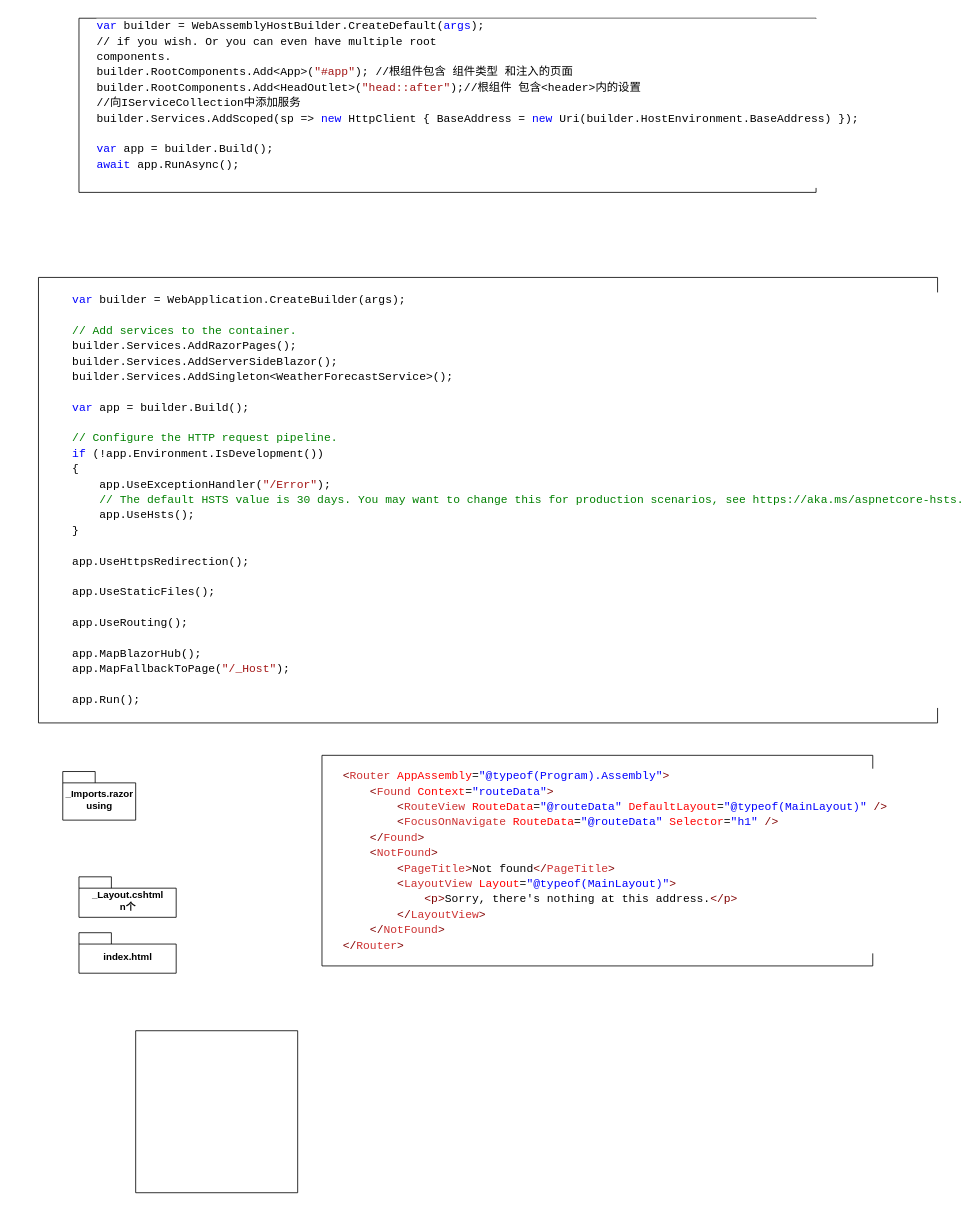
Earlier version of the draw.io diagram note.drawio (YannieCheung/blazor-in-action). Source tidied: cells renumbered, new cells numbered last; positions are measured from the earlier drawing's top-left corner, leaving out a move shared by most shapes. Both pictures are drawn from the tidied source at 81%, with x=0, y=0 at pixel (38, 14).
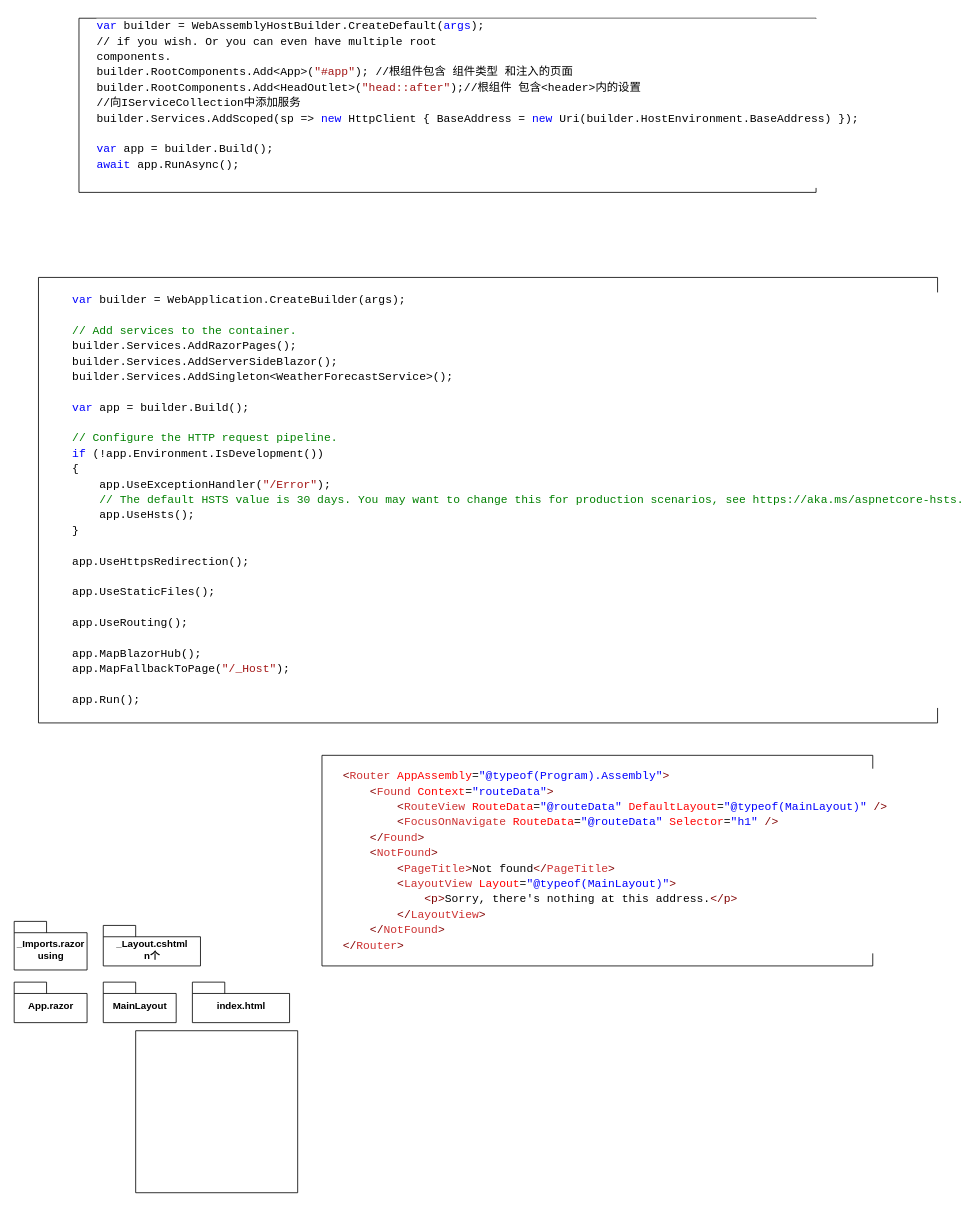
The same diagram, later.

The edit, as a diff of the source:
```diff
@@
 <mxGraphModel>
   <root>
     <mxCell id="0" />
     <mxCell id="1" parent="0" />
     <mxCell id="2" style="swimlane;startSize=0;" parent="1" vertex="1">
       <mxGeometry x="50" y="5" width="910" height="215" as="geometry" />
     </mxCell>
     <mxCell id="3" value="&lt;div style=&quot;background-color: rgb(255, 255, 255); font-family: Consolas, &amp;quot;Courier New&amp;quot;, monospace; font-size: 14px; line-height: 19px;&quot;&gt;&lt;div&gt;&lt;span style=&quot;color: rgb(0, 0, 255);&quot;&gt;var&lt;/span&gt; builder = WebAssemblyHostBuilder.CreateDefault(&lt;span style=&quot;color: rgb(0, 0, 255);&quot;&gt;args&lt;/span&gt;);&lt;br&gt;&lt;/div&gt;&lt;div&gt;// if you wish. Or you can even have multiple root&lt;br/&gt;components.&lt;/div&gt;&lt;div&gt;builder.RootComponents.Add&amp;lt;App&amp;gt;(&lt;span style=&quot;color: #a31515;&quot;&gt;&quot;#app&quot;&lt;/span&gt;); //根组件包含 组件类型 和注入的页面&lt;/div&gt;&lt;div&gt;builder.RootComponents.Add&amp;lt;HeadOutlet&amp;gt;(&lt;span style=&quot;color: #a31515;&quot;&gt;&quot;head::after&quot;&lt;/span&gt;);//根组件 包含&amp;lt;header&amp;gt;内的设置&lt;/div&gt;//向IServiceCollection中添加服务&lt;br&gt;&lt;div&gt;builder.Services.AddScoped(sp =&amp;gt; &lt;span style=&quot;color: #0000ff;&quot;&gt;new&lt;/span&gt; HttpClient { BaseAddress = &lt;span style=&quot;color: #0000ff;&quot;&gt;new&lt;/span&gt; Uri(builder.HostEnvironment.BaseAddress) });&lt;/div&gt;&lt;br&gt;&lt;div&gt;&lt;span style=&quot;color: #0000ff;&quot;&gt;var&lt;/span&gt; app = builder.Build();&lt;/div&gt;&lt;div&gt;&lt;span style=&quot;color: #0000ff;&quot;&gt;await&lt;/span&gt; app.RunAsync();&lt;/div&gt;&lt;br&gt;&lt;/div&gt;" style="text;html=1;align=left;verticalAlign=middle;strokeColor=none;fillColor=none;" parent="2" vertex="1">
       <mxGeometry x="20" y="-5" width="890" height="220" as="geometry" />
     </mxCell>
     <mxCell id="4" style="swimlane;startSize=0;" parent="1" vertex="1">
       <mxGeometry y="325" width="1110" height="550" as="geometry" />
     </mxCell>
     <mxCell id="5" value="&lt;div style=&quot;background-color: rgb(255, 255, 255); line-height: 19px;&quot;&gt;&lt;div style=&quot;line-height: 19px;&quot;&gt;&lt;div style=&quot;font-family: Consolas, &amp;quot;Courier New&amp;quot;, monospace; font-size: 14px; line-height: 19px;&quot;&gt;&lt;div&gt;&lt;span style=&quot;color: #0000ff;&quot;&gt;var&lt;/span&gt; builder = WebApplication.CreateBuilder(args);&lt;/div&gt;&lt;br&gt;&lt;div&gt;&lt;span style=&quot;color: #008000;&quot;&gt;// Add services to the container.&lt;/span&gt;&lt;/div&gt;&lt;div&gt;builder.Services.AddRazorPages();&lt;/div&gt;&lt;div&gt;builder.Services.AddServerSideBlazor();&lt;/div&gt;&lt;div&gt;builder.Services.AddSingleton&amp;lt;WeatherForecastService&amp;gt;();&lt;/div&gt;&lt;br&gt;&lt;div&gt;&lt;span style=&quot;color: #0000ff;&quot;&gt;var&lt;/span&gt; app = builder.Build();&lt;/div&gt;&lt;br&gt;&lt;div&gt;&lt;span style=&quot;color: #008000;&quot;&gt;// Configure the HTTP request pipeline.&lt;/span&gt;&lt;/div&gt;&lt;div&gt;&lt;span style=&quot;color: #0000ff;&quot;&gt;if&lt;/span&gt; (!app.Environment.IsDevelopment())&lt;/div&gt;&lt;div&gt;{&lt;/div&gt;&lt;div&gt;&amp;nbsp; &amp;nbsp; app.UseExceptionHandler(&lt;span style=&quot;color: #a31515;&quot;&gt;&quot;/Error&quot;&lt;/span&gt;);&lt;/div&gt;&lt;div&gt;&amp;nbsp; &amp;nbsp; &lt;span style=&quot;color: #008000;&quot;&gt;// The default HSTS value is 30 days. You may want to change this for production scenarios, see https://aka.ms/aspnetcore-hsts.&lt;/span&gt;&lt;/div&gt;&lt;div&gt;&amp;nbsp; &amp;nbsp; app.UseHsts();&lt;/div&gt;&lt;div&gt;}&lt;/div&gt;&lt;br&gt;&lt;div&gt;app.UseHttpsRedirection();&lt;/div&gt;&lt;br&gt;&lt;div&gt;app.UseStaticFiles();&lt;/div&gt;&lt;br&gt;&lt;div&gt;app.UseRouting();&lt;/div&gt;&lt;br&gt;&lt;div&gt;app.MapBlazorHub();&lt;/div&gt;&lt;div&gt;app.MapFallbackToPage(&lt;span style=&quot;color: #a31515;&quot;&gt;&quot;/_Host&quot;&lt;/span&gt;);&lt;/div&gt;&lt;br&gt;&lt;div&gt;app.Run();&lt;/div&gt;&lt;/div&gt;&lt;/div&gt;&lt;/div&gt;" style="text;html=1;align=left;verticalAlign=middle;strokeColor=none;fillColor=none;" parent="4" vertex="1">
       <mxGeometry x="40" y="10" width="1030" height="530" as="geometry" />
     </mxCell>
     <mxCell id="6" value=" _Imports.razor&lt;br&gt;using" style="shape=folder;fontStyle=1;spacingTop=10;tabWidth=40;tabHeight=14;tabPosition=left;html=1;" parent="1" vertex="1">
-      <mxGeometry x="30" y="935" width="90" height="60" as="geometry" />
+      <mxGeometry x="-30" y="1120" width="90" height="60" as="geometry" />
     </mxCell>
     <mxCell id="7" style="swimlane;startSize=0;" parent="1" vertex="1">
       <mxGeometry x="350" y="915" width="680" height="260" as="geometry" />
     </mxCell>
     <mxCell id="8" value="&lt;div style=&quot;background-color: rgb(255, 255, 255); font-family: Consolas, &amp;quot;Courier New&amp;quot;, monospace; font-size: 14px; line-height: 19px;&quot;&gt;&lt;div&gt;&lt;span style=&quot;color: #800000;&quot;&gt;&amp;lt;&lt;/span&gt;&lt;span style=&quot;color: #cd3131;&quot;&gt;Router&lt;/span&gt; &lt;span style=&quot;color: #ff0000;&quot;&gt;AppAssembly&lt;/span&gt;=&lt;span style=&quot;color: #0000ff;&quot;&gt;&quot;&lt;/span&gt;&lt;span style=&quot;color: #0000ff;&quot;&gt;@&lt;/span&gt;&lt;span style=&quot;color: #0000ff;&quot;&gt;typeof(Program).Assembly&quot;&lt;/span&gt;&lt;span style=&quot;color: #800000;&quot;&gt;&amp;gt;&lt;/span&gt;&lt;/div&gt;&lt;div&gt;&amp;nbsp; &amp;nbsp; &lt;span style=&quot;color: #800000;&quot;&gt;&amp;lt;&lt;/span&gt;&lt;span style=&quot;color: #cd3131;&quot;&gt;Found&lt;/span&gt; &lt;span style=&quot;color: #ff0000;&quot;&gt;Context&lt;/span&gt;=&lt;span style=&quot;color: #0000ff;&quot;&gt;&quot;routeData&quot;&lt;/span&gt;&lt;span style=&quot;color: #800000;&quot;&gt;&amp;gt;&lt;/span&gt;&lt;/div&gt;&lt;div&gt;&amp;nbsp; &amp;nbsp; &amp;nbsp; &amp;nbsp; &lt;span style=&quot;color: #800000;&quot;&gt;&amp;lt;&lt;/span&gt;&lt;span style=&quot;color: #cd3131;&quot;&gt;RouteView&lt;/span&gt; &lt;span style=&quot;color: #ff0000;&quot;&gt;RouteData&lt;/span&gt;=&lt;span style=&quot;color: #0000ff;&quot;&gt;&quot;&lt;/span&gt;&lt;span style=&quot;color: #0000ff;&quot;&gt;@&lt;/span&gt;&lt;span style=&quot;color: #0000ff;&quot;&gt;routeData&quot;&lt;/span&gt; &lt;span style=&quot;color: #ff0000;&quot;&gt;DefaultLayout&lt;/span&gt;=&lt;span style=&quot;color: #0000ff;&quot;&gt;&quot;&lt;/span&gt;&lt;span style=&quot;color: #0000ff;&quot;&gt;@&lt;/span&gt;&lt;span style=&quot;color: #0000ff;&quot;&gt;typeof(MainLayout)&quot;&lt;/span&gt;&lt;span style=&quot;color: #800000;&quot;&gt; /&amp;gt;&lt;/span&gt;&lt;/div&gt;&lt;div&gt;&amp;nbsp; &amp;nbsp; &amp;nbsp; &amp;nbsp; &lt;span style=&quot;color: #800000;&quot;&gt;&amp;lt;&lt;/span&gt;&lt;span style=&quot;color: #cd3131;&quot;&gt;FocusOnNavigate&lt;/span&gt; &lt;span style=&quot;color: #ff0000;&quot;&gt;RouteData&lt;/span&gt;=&lt;span style=&quot;color: #0000ff;&quot;&gt;&quot;&lt;/span&gt;&lt;span style=&quot;color: #0000ff;&quot;&gt;@&lt;/span&gt;&lt;span style=&quot;color: #0000ff;&quot;&gt;routeData&quot;&lt;/span&gt; &lt;span style=&quot;color: #ff0000;&quot;&gt;Selector&lt;/span&gt;=&lt;span style=&quot;color: #0000ff;&quot;&gt;&quot;h1&quot;&lt;/span&gt;&lt;span style=&quot;color: #800000;&quot;&gt; /&amp;gt;&lt;/span&gt;&lt;/div&gt;&lt;div&gt;&amp;nbsp; &amp;nbsp; &lt;span style=&quot;color: #800000;&quot;&gt;&amp;lt;/&lt;/span&gt;&lt;span style=&quot;color: #cd3131;&quot;&gt;Found&lt;/span&gt;&lt;span style=&quot;color: #800000;&quot;&gt;&amp;gt;&lt;/span&gt;&lt;/div&gt;&lt;div&gt;&amp;nbsp; &amp;nbsp; &lt;span style=&quot;color: #800000;&quot;&gt;&amp;lt;&lt;/span&gt;&lt;span style=&quot;color: #cd3131;&quot;&gt;NotFound&lt;/span&gt;&lt;span style=&quot;color: #800000;&quot;&gt;&amp;gt;&lt;/span&gt;&lt;/div&gt;&lt;div&gt;&amp;nbsp; &amp;nbsp; &amp;nbsp; &amp;nbsp; &lt;span style=&quot;color: #800000;&quot;&gt;&amp;lt;&lt;/span&gt;&lt;span style=&quot;color: #cd3131;&quot;&gt;PageTitle&lt;/span&gt;&lt;span style=&quot;color: #800000;&quot;&gt;&amp;gt;&lt;/span&gt;Not found&lt;span style=&quot;color: #800000;&quot;&gt;&amp;lt;/&lt;/span&gt;&lt;span style=&quot;color: #cd3131;&quot;&gt;PageTitle&lt;/span&gt;&lt;span style=&quot;color: #800000;&quot;&gt;&amp;gt;&lt;/span&gt;&lt;/div&gt;&lt;div&gt;&amp;nbsp; &amp;nbsp; &amp;nbsp; &amp;nbsp; &lt;span style=&quot;color: #800000;&quot;&gt;&amp;lt;&lt;/span&gt;&lt;span style=&quot;color: #cd3131;&quot;&gt;LayoutView&lt;/span&gt; &lt;span style=&quot;color: #ff0000;&quot;&gt;Layout&lt;/span&gt;=&lt;span style=&quot;color: #0000ff;&quot;&gt;&quot;&lt;/span&gt;&lt;span style=&quot;color: #0000ff;&quot;&gt;@&lt;/span&gt;&lt;span style=&quot;color: #0000ff;&quot;&gt;typeof(MainLayout)&quot;&lt;/span&gt;&lt;span style=&quot;color: #800000;&quot;&gt;&amp;gt;&lt;/span&gt;&lt;/div&gt;&lt;div&gt;&amp;nbsp; &amp;nbsp; &amp;nbsp; &amp;nbsp; &amp;nbsp; &amp;nbsp; &lt;span style=&quot;color: #800000;&quot;&gt;&amp;lt;&lt;/span&gt;&lt;span style=&quot;color: #800000;&quot;&gt;p&lt;/span&gt;&lt;span style=&quot;color: #800000;&quot;&gt;&amp;gt;&lt;/span&gt;Sorry, there's nothing at this address.&lt;span style=&quot;color: #800000;&quot;&gt;&amp;lt;/&lt;/span&gt;&lt;span style=&quot;color: #800000;&quot;&gt;p&lt;/span&gt;&lt;span style=&quot;color: #800000;&quot;&gt;&amp;gt;&lt;/span&gt;&lt;/div&gt;&lt;div&gt;&amp;nbsp; &amp;nbsp; &amp;nbsp; &amp;nbsp; &lt;span style=&quot;color: #800000;&quot;&gt;&amp;lt;/&lt;/span&gt;&lt;span style=&quot;color: #cd3131;&quot;&gt;LayoutView&lt;/span&gt;&lt;span style=&quot;color: #800000;&quot;&gt;&amp;gt;&lt;/span&gt;&lt;/div&gt;&lt;div&gt;&amp;nbsp; &amp;nbsp; &lt;span style=&quot;color: #800000;&quot;&gt;&amp;lt;/&lt;/span&gt;&lt;span style=&quot;color: #cd3131;&quot;&gt;NotFound&lt;/span&gt;&lt;span style=&quot;color: #800000;&quot;&gt;&amp;gt;&lt;/span&gt;&lt;/div&gt;&lt;div&gt;&lt;span style=&quot;color: #800000;&quot;&gt;&amp;lt;/&lt;/span&gt;&lt;span style=&quot;color: #cd3131;&quot;&gt;Router&lt;/span&gt;&lt;span style=&quot;color: #800000;&quot;&gt;&amp;gt;&lt;/span&gt;&lt;/div&gt;&lt;/div&gt;" style="text;html=1;align=left;verticalAlign=middle;strokeColor=none;fillColor=none;" parent="7" vertex="1">
       <mxGeometry x="24" y="10" width="640" height="240" as="geometry" />
     </mxCell>
     <mxCell id="9" style="swimlane;startSize=0;" parent="1" vertex="1">
       <mxGeometry x="120" y="1255" width="200" height="200" as="geometry" />
     </mxCell>
     <mxCell id="10" value="_Layout.cshtml&lt;br&gt;n个" style="shape=folder;fontStyle=1;spacingTop=10;tabWidth=40;tabHeight=14;tabPosition=left;html=1;" parent="1" vertex="1">
-      <mxGeometry x="50" y="1065" width="120" height="50" as="geometry" />
+      <mxGeometry x="80" y="1125" width="120" height="50" as="geometry" />
     </mxCell>
     <mxCell id="11" value=" index.html " style="shape=folder;fontStyle=1;spacingTop=10;tabWidth=40;tabHeight=14;tabPosition=left;html=1;" parent="1" vertex="1">
-      <mxGeometry x="50" y="1134" width="120" height="50" as="geometry" />
+      <mxGeometry x="190" y="1195" width="120" height="50" as="geometry" />
     </mxCell>
+    <mxCell id="12" value="MainLayout" style="shape=folder;fontStyle=1;spacingTop=10;tabWidth=40;tabHeight=14;tabPosition=left;html=1;" parent="1" vertex="1">
+      <mxGeometry x="80" y="1195" width="90" height="50" as="geometry" />
+    </mxCell>
+    <mxCell id="13" value="App.razor" style="shape=folder;fontStyle=1;spacingTop=10;tabWidth=40;tabHeight=14;tabPosition=left;html=1;" parent="1" vertex="1">
+      <mxGeometry x="-30" y="1195" width="90" height="50" as="geometry" />
+    </mxCell>
   </root>
 </mxGraphModel>
```
